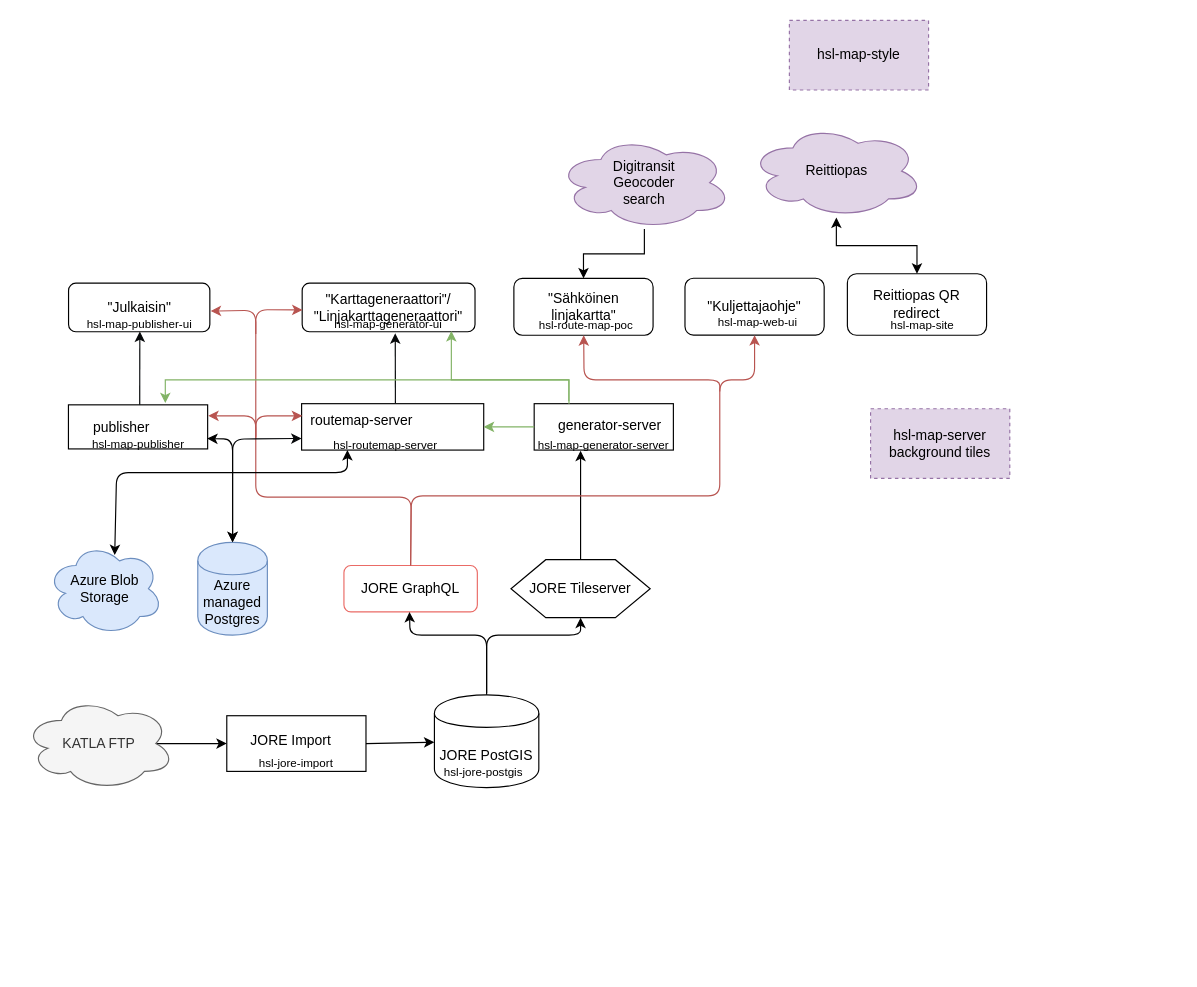
This is Process schema/karttatuotanto-flow.drawio from HSLdevcom/hsl-map-documentation, a draw.io file, before an edit. Source tidied: cells renumbered, new cells numbered last; positions are measured from the earlier drawing's top-left corner, leaving out a move shared by most shapes. Both pictures are drawn from the tidied source at 116%, with x=0, y=0 at pixel (23, 20).
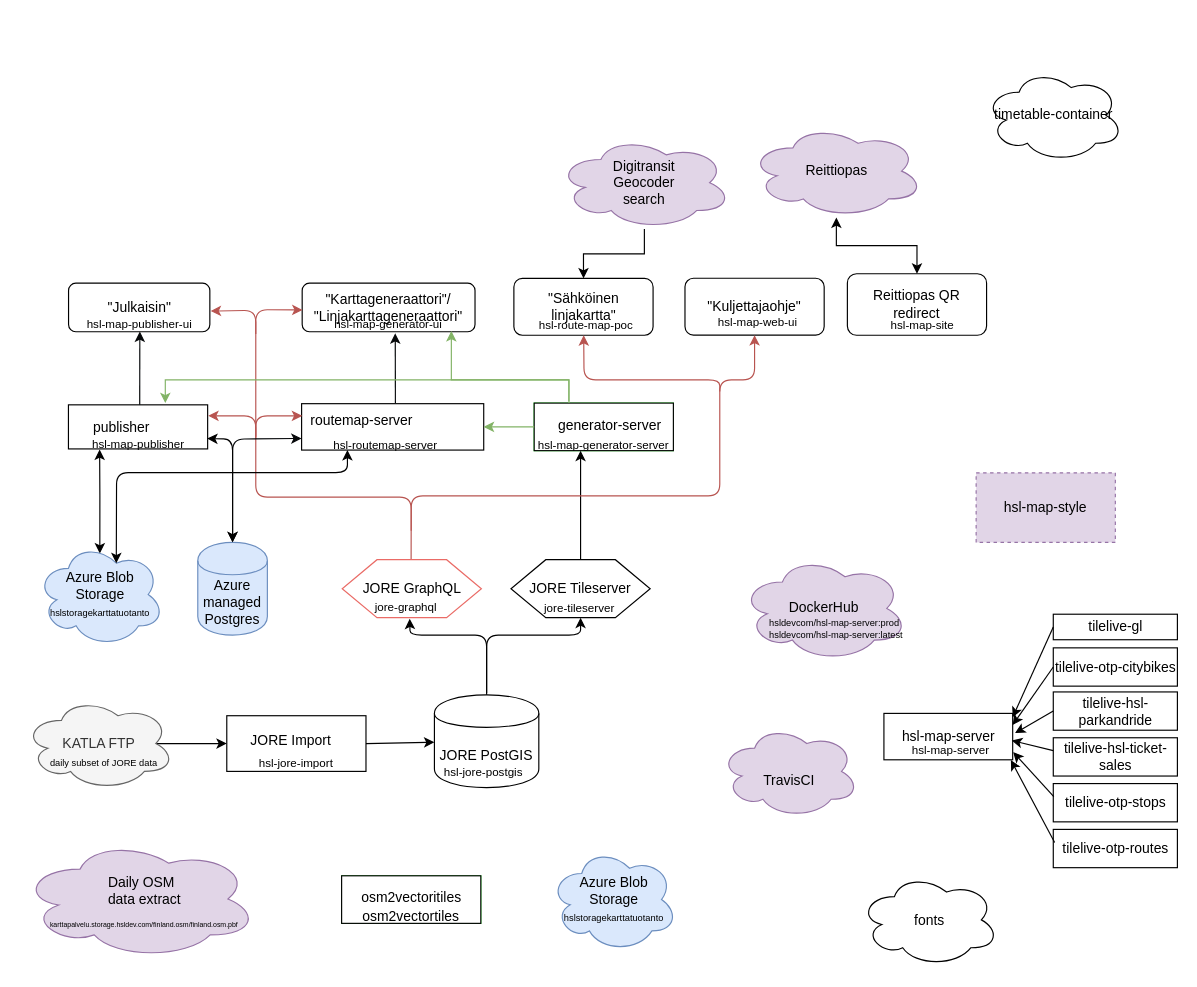
The same page after the edit.

Commit message:
documentation(diagram): WIP, add hsl-map-server, external deps

The change refers to these unchanged cells:
```xml
<mxCell id="21" value="&lt;font style=&quot;font-size: 10px&quot;&gt;hsl-map-publisher&lt;/font&gt;" style="text;html=1;strokeColor=none;fillColor=none;align=center;verticalAlign=middle;whiteSpace=wrap;rounded=0;shadow=0;glass=0;comic=0;" parent="18" vertex="1">
  <mxGeometry y="28.5" width="120" height="9.5" as="geometry" />
</mxCell>
<mxCell id="25" value="&quot;Kuljettajaohje&quot;" style="rounded=1;whiteSpace=wrap;html=1;shadow=0;glass=0;comic=0;fillColor=#ffffff;" parent="24" vertex="1">
  <mxGeometry x="-13" y="2.9" width="120" height="49" as="geometry" />
</mxCell>
<mxCell id="32" value="&lt;font style=&quot;font-size: 10px&quot;&gt;hsl-routemap-server&lt;/font&gt;" style="text;html=1;strokeColor=none;fillColor=none;align=center;verticalAlign=middle;whiteSpace=wrap;rounded=0;shadow=0;glass=0;comic=0;" parent="29" vertex="1">
  <mxGeometry y="30" width="130" height="10" as="geometry" />
</mxCell>
<mxCell id="61" value="&quot;Julkaisin&quot;" style="rounded=1;whiteSpace=wrap;html=1;shadow=0;glass=0;comic=0;fillColor=#ffffff;" parent="60" vertex="1">
  <mxGeometry x="4.1" y="8.1" width="121.8" height="41.9" as="geometry" />
</mxCell>
```

The edit, as a diff of the source:
```diff
@@
+    <mxCell id="86" style="edgeStyle=orthogonalEdgeStyle;rounded=0;jettySize=auto;html=1;exitX=0.496;exitY=0.107;exitDx=0;exitDy=0;exitPerimeter=0;entryX=0.224;entryY=1.053;entryDx=0;entryDy=0;entryPerimeter=0;startArrow=classic;startFill=1;" parent="1" edge="1" source="12" target="21">
+      <mxGeometry relative="1" as="geometry" />
+    </mxCell>
-    <mxCell id="12" value="&lt;div&gt;Azure Blob&lt;/div&gt;&lt;div&gt; Storage&lt;/div&gt;" style="ellipse;shape=cloud;whiteSpace=wrap;html=1;rounded=0;shadow=0;glass=0;comic=0;fillColor=#dae8fc;strokeColor=#6c8ebf;" parent="1" vertex="1">
-      <mxGeometry x="20" y="450" width="100" height="80" as="geometry" />
+    <mxCell id="12" value="&lt;div&gt;Azure Blob&lt;/div&gt;&lt;div&gt; Storage&lt;/div&gt;&lt;div&gt;&lt;font style=&quot;font-size: 8px&quot;&gt;hslstoragekarttatuotanto&lt;/font&gt;&lt;br&gt;&lt;/div&gt;" style="ellipse;shape=cloud;whiteSpace=wrap;html=1;rounded=0;shadow=0;glass=0;comic=0;fillColor=#dae8fc;strokeColor=#6c8ebf;" parent="1" vertex="1">
+      <mxGeometry x="11" y="450" width="110" height="90" as="geometry" />
     </mxCell>
@@
-    <mxCell id="33" style="group;" parent="1" vertex="1">
-      <mxGeometry x="440" y="330.5" width="120" height="40" as="geometry" />
+    <mxCell id="33" style="group;fontStyle=0;" parent="1" vertex="1">
+      <mxGeometry x="440" y="330" width="120" height="41" as="geometry" />
     </mxCell>
-    <mxCell id="34" style="group;" parent="33" vertex="1">
-      <mxGeometry width="120" height="40" as="geometry" />
+    <mxCell id="34" style="group;strokeColor=#33FF33;" parent="33" vertex="1">
+      <mxGeometry width="120" height="41" as="geometry" />
     </mxCell>
     <mxCell id="35" style="group;" parent="34" vertex="1">
-      <mxGeometry width="120" height="40" as="geometry" />
+      <mxGeometry width="120" height="41" as="geometry" />
     </mxCell>
     <mxCell id="36" style="group;" parent="35" vertex="1">
-      <mxGeometry width="120" height="40" as="geometry" />
+      <mxGeometry width="120" height="41" as="geometry" />
     </mxCell>
     <mxCell id="37" style="rounded=0;whiteSpace=wrap;html=1;glass=0;comic=0;shadow=0;" parent="36" vertex="1">
-      <mxGeometry width="120" height="40" as="geometry" />
+      <mxGeometry width="120" height="41" as="geometry" />
     </mxCell>
     <mxCell id="38" value="generator-server" style="text;html=1;align=center;verticalAlign=middle;fillColor=none;strokeColor=none;rounded=0;" parent="36" vertex="1">
-      <mxGeometry x="10" y="9.8" width="110" height="20" as="geometry" />
+      <mxGeometry x="10" y="10.1" width="110" height="20" as="geometry" />
     </mxCell>
     <mxCell id="39" value="&lt;font style=&quot;font-size: 10px&quot;&gt;hsl-map-generator-server&lt;/font&gt;" style="text;html=1;strokeColor=none;fillColor=none;align=center;verticalAlign=middle;whiteSpace=wrap;rounded=0;shadow=0;glass=0;comic=0;" parent="36" vertex="1">
-      <mxGeometry y="30" width="120" height="10" as="geometry" />
+      <mxGeometry y="30.7" width="120" height="10.2" as="geometry" />
     </mxCell>
@@
-    <mxCell id="51" value="&lt;div&gt;hsl-map-server&lt;/div&gt;&lt;div&gt;background tiles&lt;br&gt;&lt;/div&gt;" style="rounded=0;whiteSpace=wrap;html=1;shadow=0;glass=0;dashed=1;comic=0;fillColor=#e1d5e7;strokeColor=#9673a6;" parent="1" vertex="1">
-      <mxGeometry x="730" y="334.9" width="120" height="60" as="geometry" />
-    </mxCell>
     <mxCell id="52" value="&lt;div&gt;hsl-map-style&lt;/div&gt;" style="rounded=0;whiteSpace=wrap;html=1;shadow=0;glass=0;dashed=1;comic=0;fillColor=#e1d5e7;strokeColor=#9673a6;" parent="1" vertex="1">
-      <mxGeometry x="660" y="0.1" width="120" height="60" as="geometry" />
+      <mxGeometry x="821" y="390.1" width="120" height="60" as="geometry" />
     </mxCell>
@@
-    <mxCell id="58" value="JORE GraphQL" style="rounded=1;whiteSpace=wrap;html=1;shadow=0;glass=0;comic=0;strokeColor=#EA6B66;" parent="1" vertex="1">
-      <mxGeometry x="276" y="470" width="115" height="40" as="geometry" />
-    </mxCell>
@@
-    <mxCell id="63" style="endArrow=classic;html=1;strokeColor=#b85450;fillColor=#f8cecc;exitX=0.5;exitY=0;exitDx=0;exitDy=0;entryX=1.006;entryY=0.575;entryDx=0;entryDy=0;entryPerimeter=0;" parent="1" edge="1" source="58" target="61">
+    <mxCell id="63" style="endArrow=classic;html=1;strokeColor=#b85450;fillColor=#f8cecc;entryX=1.006;entryY=0.575;entryDx=0;entryDy=0;entryPerimeter=0;" parent="1" edge="1" target="61">
       <mxGeometry relative="1" as="geometry">
+        <mxPoint x="334" y="440" as="sourcePoint" />
         <Array as="points">
           <mxPoint x="334" y="411" />
           <mxPoint x="200" y="411" />
           <mxPoint x="200" y="250" />
         </Array>
       </mxGeometry>
     </mxCell>
@@
-    <mxCell id="67" style="endArrow=classic;html=1;strokeColor=#b85450;fillColor=#f8cecc;exitX=0.5;exitY=0;exitDx=0;exitDy=0;" parent="1" edge="1" source="58" target="25">
+    <mxCell id="67" style="endArrow=classic;html=1;strokeColor=#b85450;fillColor=#f8cecc;exitX=0.495;exitY=0.1;exitDx=0;exitDy=0;exitPerimeter=0;" parent="1" edge="1" source="58" target="25">
       <mxGeometry relative="1" as="geometry">
         <Array as="points">
           <mxPoint x="334" y="410" />
           <mxPoint x="600" y="410" />
           <mxPoint x="600" y="310" />
           <mxPoint x="630" y="310" />
         </Array>
       </mxGeometry>
     </mxCell>
@@
-    <mxCell id="70" style="endArrow=classic;html=1;strokeColor=#000000;exitX=0.584;exitY=0.138;exitDx=0;exitDy=0;exitPerimeter=0;entryX=0.25;entryY=1;entryDx=0;entryDy=0;fillColor=#d5e8d4;startArrow=classic;startFill=1;" parent="1" edge="1" source="12" target="32">
+    <mxCell id="70" style="endArrow=classic;html=1;strokeColor=#000000;entryX=0.25;entryY=1;entryDx=0;entryDy=0;fillColor=#d5e8d4;startArrow=classic;startFill=1;exitX=0.625;exitY=0.2;exitDx=0;exitDy=0;exitPerimeter=0;" parent="1" edge="1" source="12" target="32">
       <mxGeometry relative="1" as="geometry">
         <Array as="points">
           <mxPoint x="80" y="390" />
           <mxPoint x="279" y="390" />
         </Array>
       </mxGeometry>
     </mxCell>
@@
-    <mxCell id="77" style="endArrow=classic;html=1;strokeColor=#000000;entryX=0.5;entryY=1;entryDx=0;entryDy=0;" parent="1" edge="1">
+    <mxCell id="77" style="endArrow=classic;html=1;strokeColor=#000000;entryX=0.485;entryY=1.018;entryDx=0;entryDy=0;entryPerimeter=0;" parent="1" edge="1" target="58">
       <mxGeometry relative="1" as="geometry">
         <mxPoint x="399" y="580" as="sourcePoint" />
-        <mxPoint x="332.5" y="510" as="targetPoint" />
         <Array as="points">
           <mxPoint x="399" y="530" />
           <mxPoint x="333" y="530" />
         </Array>
       </mxGeometry>
     </mxCell>
@@
+    <mxCell id="58" value="&lt;div&gt;JORE GraphQL&lt;/div&gt;" style="shape=hexagon;perimeter=hexagonPerimeter2;whiteSpace=wrap;html=1;rounded=0;shadow=0;glass=0;comic=0;strokeColor=#EA6B66;" parent="1" vertex="1">
+      <mxGeometry x="274.5" y="465" width="120" height="50" as="geometry" />
+    </mxCell>
+    <mxCell id="87" value="&lt;font style=&quot;font-size: 10px&quot;&gt;jore-graphql&lt;/font&gt;" style="text;html=1;align=left;verticalAlign=top;spacingTop=-4;" parent="1" vertex="1">
+      <mxGeometry x="300.5" y="496" width="70" height="20" as="geometry" />
+    </mxCell>
+    <mxCell id="88" value="&lt;font style=&quot;font-size: 10px&quot;&gt;jore-tileserver&lt;/font&gt;" style="text;html=1;align=left;verticalAlign=top;spacingTop=-4;" parent="1" vertex="1">
+      <mxGeometry x="446.5" y="497" width="80" height="20" as="geometry" />
+    </mxCell>
+    <mxCell id="89" value="&lt;font style=&quot;font-size: 8px&quot;&gt;daily subset of JORE data&lt;br&gt;&lt;/font&gt;" style="text;html=1;align=left;verticalAlign=top;spacingTop=-4;" parent="1" vertex="1">
+      <mxGeometry x="20.5" y="628.5" width="100" height="20" as="geometry" />
+    </mxCell>
+    <mxCell id="90" style="group;" parent="1" vertex="1">
+      <mxGeometry x="-2.5" y="706" width="204" height="103" as="geometry" />
+    </mxCell>
+    <mxCell id="91" style="ellipse;shape=cloud;whiteSpace=wrap;html=1;strokeColor=#9673a6;fillColor=#e1d5e7;" parent="90" vertex="1">
+      <mxGeometry width="204" height="103" as="geometry" />
+    </mxCell>
+    <mxCell id="92" value="&lt;div&gt;Daily OSM &lt;br&gt;&lt;/div&gt;&lt;div&gt;data extract&lt;/div&gt;" style="text;html=1;align=left;verticalAlign=top;spacingTop=-4;" parent="90" vertex="1">
+      <mxGeometry x="73" y="27.5" width="72" height="28" as="geometry" />
+    </mxCell>
+    <mxCell id="93" value="&lt;font style=&quot;font-size: 6px&quot;&gt;karttapalvelu.storage.hsldev.com/finland.osm/finland.osm.pbf&lt;/font&gt;" style="text;html=1;align=left;verticalAlign=top;spacingTop=-4;" parent="90" vertex="1">
+      <mxGeometry x="23" y="61.5" width="166" height="16" as="geometry" />
+    </mxCell>
+    <mxCell id="94" style="group;fontStyle=0;" parent="1" vertex="1">
+      <mxGeometry x="274" y="737.5" width="120" height="41" as="geometry" />
+    </mxCell>
+    <mxCell id="95" style="group;strokeColor=#33FF33;" parent="94" vertex="1">
+      <mxGeometry width="120" height="41" as="geometry" />
+    </mxCell>
+    <mxCell id="96" style="group;" parent="95" vertex="1">
+      <mxGeometry width="120" height="41" as="geometry" />
+    </mxCell>
+    <mxCell id="97" style="group;" parent="96" vertex="1">
+      <mxGeometry width="120" height="41" as="geometry" />
+    </mxCell>
+    <mxCell id="98" style="rounded=0;whiteSpace=wrap;html=1;glass=0;comic=0;shadow=0;" parent="97" vertex="1">
+      <mxGeometry width="120" height="41" as="geometry" />
+    </mxCell>
+    <mxCell id="99" value="osm2vectoritiles" style="text;html=1;align=center;verticalAlign=middle;fillColor=none;strokeColor=none;rounded=0;" parent="97" vertex="1">
+      <mxGeometry x="10" y="10.1" width="100" height="18" as="geometry" />
+    </mxCell>
+    <mxCell id="100" value="osm2vectortiles" style="text;html=1;strokeColor=none;fillColor=none;align=center;verticalAlign=middle;whiteSpace=wrap;rounded=0;shadow=0;glass=0;comic=0;" parent="97" vertex="1">
+      <mxGeometry y="30.7" width="120" height="10.2" as="geometry" />
+    </mxCell>
+    <mxCell id="101" value="&lt;div&gt;&lt;br&gt;&lt;/div&gt;&lt;div&gt;TravisCI&lt;br&gt;&lt;/div&gt;" style="ellipse;shape=cloud;whiteSpace=wrap;html=1;strokeColor=#9673a6;fillColor=#e1d5e7;" parent="1" vertex="1">
+      <mxGeometry x="600" y="607.5" width="120" height="80" as="geometry" />
+    </mxCell>
+    <mxCell id="102" value="&lt;div&gt;Azure Blob&lt;/div&gt;&lt;div&gt; Storage&lt;/div&gt;&lt;div&gt;&lt;font style=&quot;font-size: 8px&quot;&gt;hslstoragekarttatuotanto&lt;/font&gt;&lt;br&gt;&lt;/div&gt;" style="ellipse;shape=cloud;whiteSpace=wrap;html=1;rounded=0;shadow=0;glass=0;comic=0;fillColor=#dae8fc;strokeColor=#6c8ebf;" parent="1" vertex="1">
+      <mxGeometry x="453.5" y="713" width="110" height="90" as="geometry" />
+    </mxCell>
+    <mxCell id="103" style="group;" parent="1" vertex="1">
+      <mxGeometry x="741.5" y="597.5" width="111" height="40" as="geometry" />
+    </mxCell>
+    <mxCell id="104" value="&lt;div&gt;hsl-map-server&lt;/div&gt;" style="rounded=0;whiteSpace=wrap;html=1;strokeColor=#000000;fillColor=none;" parent="103" vertex="1">
+      <mxGeometry width="111" height="40" as="geometry" />
+    </mxCell>
+    <mxCell id="105" value="&lt;div style=&quot;font-size: 10px&quot;&gt;hsl-map-server&lt;/div&gt;" style="text;html=1;align=left;verticalAlign=top;spacingTop=-4;" parent="103" vertex="1">
+      <mxGeometry x="22.2" y="23.6" width="77" height="14" as="geometry" />
+    </mxCell>
+    <mxCell id="106" value="&lt;div&gt;tilelive-gl&lt;/div&gt;" style="rounded=0;whiteSpace=wrap;html=1;strokeColor=#000000;fillColor=none;" parent="1" vertex="1">
+      <mxGeometry x="887.5" y="512" width="107" height="22" as="geometry" />
+    </mxCell>
+    <mxCell id="107" value="&lt;div&gt;tilelive-otp-citybikes&lt;/div&gt;" style="rounded=0;whiteSpace=wrap;html=1;strokeColor=#000000;fillColor=none;" parent="1" vertex="1">
+      <mxGeometry x="887.5" y="541" width="107" height="33" as="geometry" />
+    </mxCell>
+    <mxCell id="108" value="tilelive-hsl-parkandride" style="rounded=0;whiteSpace=wrap;html=1;strokeColor=#000000;fillColor=none;" parent="1" vertex="1">
+      <mxGeometry x="887.5" y="579" width="107" height="33" as="geometry" />
+    </mxCell>
+    <mxCell id="109" value="&lt;div&gt;tilelive-hsl-ticket-sales&lt;/div&gt;" style="rounded=0;whiteSpace=wrap;html=1;strokeColor=#000000;fillColor=none;" parent="1" vertex="1">
+      <mxGeometry x="887.5" y="618.5" width="107" height="33" as="geometry" />
+    </mxCell>
+    <mxCell id="110" value="tilelive-otp-stops" style="rounded=0;whiteSpace=wrap;html=1;strokeColor=#000000;fillColor=none;" parent="1" vertex="1">
+      <mxGeometry x="887.5" y="658" width="107" height="33" as="geometry" />
+    </mxCell>
+    <mxCell id="111" value="tilelive-otp-routes" style="rounded=0;whiteSpace=wrap;html=1;strokeColor=#000000;fillColor=none;" parent="1" vertex="1">
+      <mxGeometry x="887.5" y="697.5" width="107" height="33" as="geometry" />
+    </mxCell>
+    <mxCell id="112" style="group;" parent="1" vertex="1">
+      <mxGeometry x="618" y="461.5" width="144" height="91" as="geometry" />
+    </mxCell>
+    <mxCell id="113" style="group;" parent="112" vertex="1">
+      <mxGeometry width="144" height="91" as="geometry" />
+    </mxCell>
+    <mxCell id="114" value="DockerHub" style="ellipse;shape=cloud;whiteSpace=wrap;html=1;strokeColor=#9673a6;fillColor=#e1d5e7;" parent="113" vertex="1">
+      <mxGeometry width="144" height="91" as="geometry" />
+    </mxCell>
+    <mxCell id="115" value="&lt;div style=&quot;font-size: 8px&quot;&gt;&lt;font style=&quot;font-size: 8px&quot;&gt;hsldevcom/hsl-map-server:prod&lt;/font&gt;&lt;/div&gt;&lt;div style=&quot;font-size: 8px&quot;&gt;&lt;font style=&quot;font-size: 8px&quot;&gt;hsldevcom/hsl-map-server:latest&lt;br&gt;&lt;/font&gt;&lt;/div&gt;" style="text;html=1;align=left;verticalAlign=top;spacingTop=-4;" parent="113" vertex="1">
+      <mxGeometry x="22.8" y="51.2" width="118" height="28" as="geometry" />
+    </mxCell>
+    <mxCell id="116" value="fonts" style="ellipse;shape=cloud;whiteSpace=wrap;html=1;strokeColor=#000000;fillColor=none;" parent="1" vertex="1">
+      <mxGeometry x="720.5" y="735.5" width="120" height="80" as="geometry" />
+    </mxCell>
+    <mxCell id="117" style="endArrow=classic;html=1;exitX=0;exitY=0.5;exitDx=0;exitDy=0;entryX=1;entryY=0.085;entryDx=0;entryDy=0;entryPerimeter=0;" parent="1" edge="1" source="106" target="104">
+      <mxGeometry relative="1" as="geometry" />
+    </mxCell>
+    <mxCell id="118" style="endArrow=classic;html=1;entryX=1;entryY=0.25;entryDx=0;entryDy=0;exitX=0;exitY=0.5;exitDx=0;exitDy=0;" parent="1" edge="1" source="107" target="104">
+      <mxGeometry relative="1" as="geometry" />
+    </mxCell>
+    <mxCell id="119" style="endArrow=classic;html=1;entryX=1.018;entryY=0.425;entryDx=0;entryDy=0;entryPerimeter=0;exitX=0;exitY=0.5;exitDx=0;exitDy=0;" parent="1" edge="1" source="108" target="104">
+      <mxGeometry relative="1" as="geometry" />
+    </mxCell>
+    <mxCell id="120" style="endArrow=classic;html=1;entryX=0.993;entryY=0.585;entryDx=0;entryDy=0;entryPerimeter=0;exitX=0;exitY=0.336;exitDx=0;exitDy=0;exitPerimeter=0;" parent="1" edge="1" source="109" target="104">
+      <mxGeometry relative="1" as="geometry" />
+    </mxCell>
+    <mxCell id="121" style="endArrow=classic;html=1;entryX=1.004;entryY=0.835;entryDx=0;entryDy=0;entryPerimeter=0;exitX=0.004;exitY=0.339;exitDx=0;exitDy=0;exitPerimeter=0;" parent="1" edge="1" source="110" target="104">
+      <mxGeometry relative="1" as="geometry" />
+    </mxCell>
+    <mxCell id="122" style="endArrow=classic;html=1;entryX=0.986;entryY=1.005;entryDx=0;entryDy=0;entryPerimeter=0;exitX=0.011;exitY=0.342;exitDx=0;exitDy=0;exitPerimeter=0;" parent="1" edge="1" source="111" target="104">
+      <mxGeometry relative="1" as="geometry" />
+    </mxCell>
+    <mxCell id="123" value="timetable-container" style="ellipse;shape=cloud;whiteSpace=wrap;html=1;strokeColor=#000000;fillColor=none;" parent="1" vertex="1">
+      <mxGeometry x="828" y="42" width="120" height="80" as="geometry" />
+    </mxCell>
```
